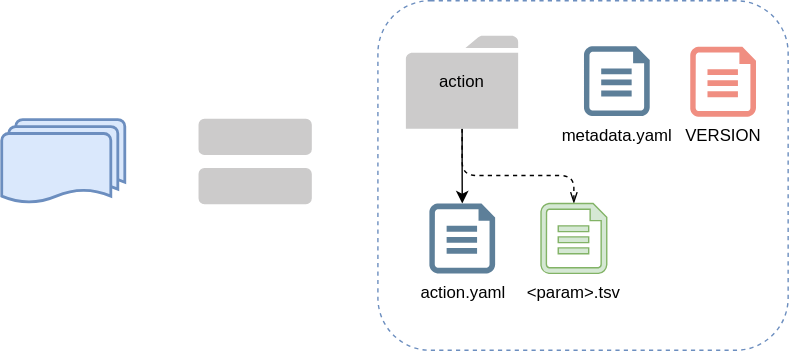
The draw.io diagram source/img/archive_versions/v1_prov_files.svg in qiime2/dev-docs, before a commit. Source tidied: cells renumbered, new cells last; positions are measured from the earlier drawing's top-left corner, leaving out a move shared by most shapes.
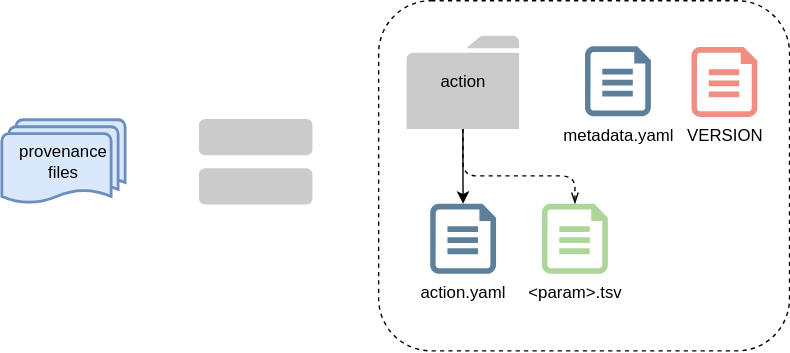
Later version of the same file.

Change to the diagram source:
```diff
@@ -2,11 +2,11 @@
   <root>
     <mxCell id="0" />
     <mxCell id="1" parent="0" />
-    <mxCell id="2" style="strokeWidth=2;html=1;shape=mxgraph.flowchart.multi-document;whiteSpace=wrap;fillColor=#dae8fc;strokeColor=#6c8ebf;rounded=1;" parent="1" vertex="1">
-      <mxGeometry x="0.3" y="85" width="88" height="60" as="geometry" />
+    <mxCell id="2" value="&lt;div&gt;provenance files&lt;/div&gt;" style="strokeWidth=2;html=1;shape=mxgraph.flowchart.multi-document;whiteSpace=wrap;fillColor=#dae8fc;strokeColor=#6c8ebf;rounded=1;" parent="1" vertex="1">
+      <mxGeometry x="-28.2" y="-110" width="88" height="60" as="geometry" />
     </mxCell>
     <mxCell id="3" style="group;" parent="1" vertex="1">
-      <mxGeometry x="141.5" y="85" width="80" height="60" as="geometry" />
+      <mxGeometry x="113" y="-110" width="80" height="60" as="geometry" />
     </mxCell>
     <mxCell id="4" style="rounded=1;whiteSpace=wrap;html=1;fillColor=#CCCBCB;strokeColor=#CCCBCB;" parent="3" vertex="1">
       <mxGeometry width="80" height="24.9" as="geometry" />
@@ -14,34 +14,34 @@
     <mxCell id="5" style="rounded=1;whiteSpace=wrap;html=1;fillColor=#CCCBCB;strokeColor=#CCCBCB;" parent="3" vertex="1">
       <mxGeometry y="35.1" width="80" height="24.9" as="geometry" />
     </mxCell>
-    <mxCell id="6" style="whiteSpace=wrap;html=1;fillColor=none;dashed=1;shadow=0;glass=0;strokeColor=#6C8EBF;rounded=1;" parent="1" vertex="1">
-      <mxGeometry x="269.3" width="293.4" height="250" as="geometry" />
+    <mxCell id="6" style="edgeStyle=orthogonalEdgeStyle;jettySize=auto;html=1;" parent="1" edge="1" source="8" target="11">
+      <mxGeometry relative="1" as="geometry" />
     </mxCell>
-    <mxCell id="7" style="edgeStyle=orthogonalEdgeStyle;jettySize=auto;html=1;" parent="1" edge="1" source="9" target="12">
-      <mxGeometry relative="1" as="geometry" />
+    <mxCell id="7" style="edgeStyle=orthogonalEdgeStyle;jettySize=auto;html=1;entryX=0.5;entryY=0;entryDx=0;entryDy=0;entryPerimeter=0;dashed=1;endArrow=openThin;endFill=0;" parent="1" edge="1" source="8" target="12">
+      <mxGeometry relative="1" as="geometry">
+        <Array as="points">
+          <mxPoint x="300.8" y="-70" />
+          <mxPoint x="380.8" y="-70" />
+        </Array>
+      </mxGeometry>
     </mxCell>
-    <mxCell id="8" style="edgeStyle=orthogonalEdgeStyle;jettySize=auto;html=1;entryX=0.5;entryY=0;entryDx=0;entryDy=0;entryPerimeter=0;dashed=1;endArrow=openThin;endFill=0;" parent="1" edge="1" source="9" target="13">
-      <mxGeometry relative="1" as="geometry">
-        <Array as="points">
-          <mxPoint x="329.3" y="125" />
-          <mxPoint x="409.3" y="125" />
-        </Array>
-      </mxGeometry>
+    <mxCell id="8" value="&lt;div&gt;action&lt;/div&gt;" style="shadow=0;dashed=0;html=1;strokeColor=none;labelPosition=center;verticalLabelPosition=middle;verticalAlign=middle;outlineConnect=0;align=center;shape=mxgraph.office.concepts.folder;fillColor=#CCCBCB;rounded=1;" parent="1" vertex="1">
+      <mxGeometry x="260.8" y="-170" width="80.3" height="66.5" as="geometry" />
     </mxCell>
-    <mxCell id="9" value="&lt;div&gt;action&lt;/div&gt;" style="shadow=0;dashed=0;html=1;strokeColor=none;labelPosition=center;verticalLabelPosition=middle;verticalAlign=middle;outlineConnect=0;align=center;shape=mxgraph.office.concepts.folder;fillColor=#CCCBCB;rounded=1;" parent="1" vertex="1">
-      <mxGeometry x="289.3" y="25" width="80.3" height="66.5" as="geometry" />
+    <mxCell id="9" value="metadata.yaml" style="shadow=0;dashed=0;html=1;strokeColor=none;labelPosition=center;verticalLabelPosition=bottom;verticalAlign=top;align=center;shape=mxgraph.azure.file;fillColor=#5D7F99;rounded=1;" parent="1" vertex="1">
+      <mxGeometry x="388.2" y="-162.5" width="47" height="50" as="geometry" />
     </mxCell>
-    <mxCell id="10" value="metadata.yaml" style="shadow=0;dashed=0;html=1;strokeColor=none;labelPosition=center;verticalLabelPosition=bottom;verticalAlign=top;align=center;shape=mxgraph.azure.file;fillColor=#5D7F99;rounded=1;" parent="1" vertex="1">
-      <mxGeometry x="416.6" y="32.5" width="47" height="50" as="geometry" />
+    <mxCell id="10" value="VERSION" style="shadow=0;dashed=0;html=1;strokeColor=none;labelPosition=center;verticalLabelPosition=bottom;verticalAlign=top;align=center;shape=mxgraph.azure.file;fillColor=#F08E81;rounded=1;" parent="1" vertex="1">
+      <mxGeometry x="464.2" y="-162" width="47" height="50" as="geometry" />
     </mxCell>
-    <mxCell id="11" value="VERSION" style="shadow=0;dashed=0;html=1;strokeColor=none;labelPosition=center;verticalLabelPosition=bottom;verticalAlign=top;align=center;shape=mxgraph.azure.file;fillColor=#F08E81;rounded=1;" parent="1" vertex="1">
-      <mxGeometry x="492.6" y="33" width="47" height="50" as="geometry" />
+    <mxCell id="11" value="action.yaml" style="shadow=0;dashed=0;html=1;strokeColor=none;labelPosition=center;verticalLabelPosition=bottom;verticalAlign=top;align=center;shape=mxgraph.azure.file;fillColor=#5D7F99;rounded=1;" parent="1" vertex="1">
+      <mxGeometry x="277.6" y="-50" width="47" height="50" as="geometry" />
     </mxCell>
-    <mxCell id="12" value="action.yaml" style="shadow=0;dashed=0;html=1;strokeColor=none;labelPosition=center;verticalLabelPosition=bottom;verticalAlign=top;align=center;shape=mxgraph.azure.file;fillColor=#5D7F99;rounded=1;" parent="1" vertex="1">
-      <mxGeometry x="306.1" y="145" width="47" height="50" as="geometry" />
+    <mxCell id="12" value="&lt;div&gt;&amp;lt;param&amp;gt;.tsv&lt;/div&gt;" style="shadow=0;dashed=0;html=1;labelPosition=center;verticalLabelPosition=bottom;verticalAlign=top;align=center;shape=mxgraph.azure.file;rounded=1;strokeColor=none;fillColor=#AED69A;" parent="1" vertex="1">
+      <mxGeometry x="357.5" y="-50" width="47" height="50" as="geometry" />
     </mxCell>
-    <mxCell id="13" value="&lt;div&gt;&amp;lt;param&amp;gt;.tsv&lt;/div&gt;" style="shadow=0;dashed=0;html=1;strokeColor=#82b366;labelPosition=center;verticalLabelPosition=bottom;verticalAlign=top;align=center;shape=mxgraph.azure.file;fillColor=#d5e8d4;rounded=1;" parent="1" vertex="1">
-      <mxGeometry x="385.9" y="145" width="47" height="50" as="geometry" />
+    <mxCell id="13" style="whiteSpace=wrap;html=1;fillColor=none;dashed=1;shadow=0;glass=0;rounded=1;" parent="1" vertex="1">
+      <mxGeometry x="240.8" y="-195" width="293.4" height="250" as="geometry" />
     </mxCell>
   </root>
 </mxGraphModel>
```
